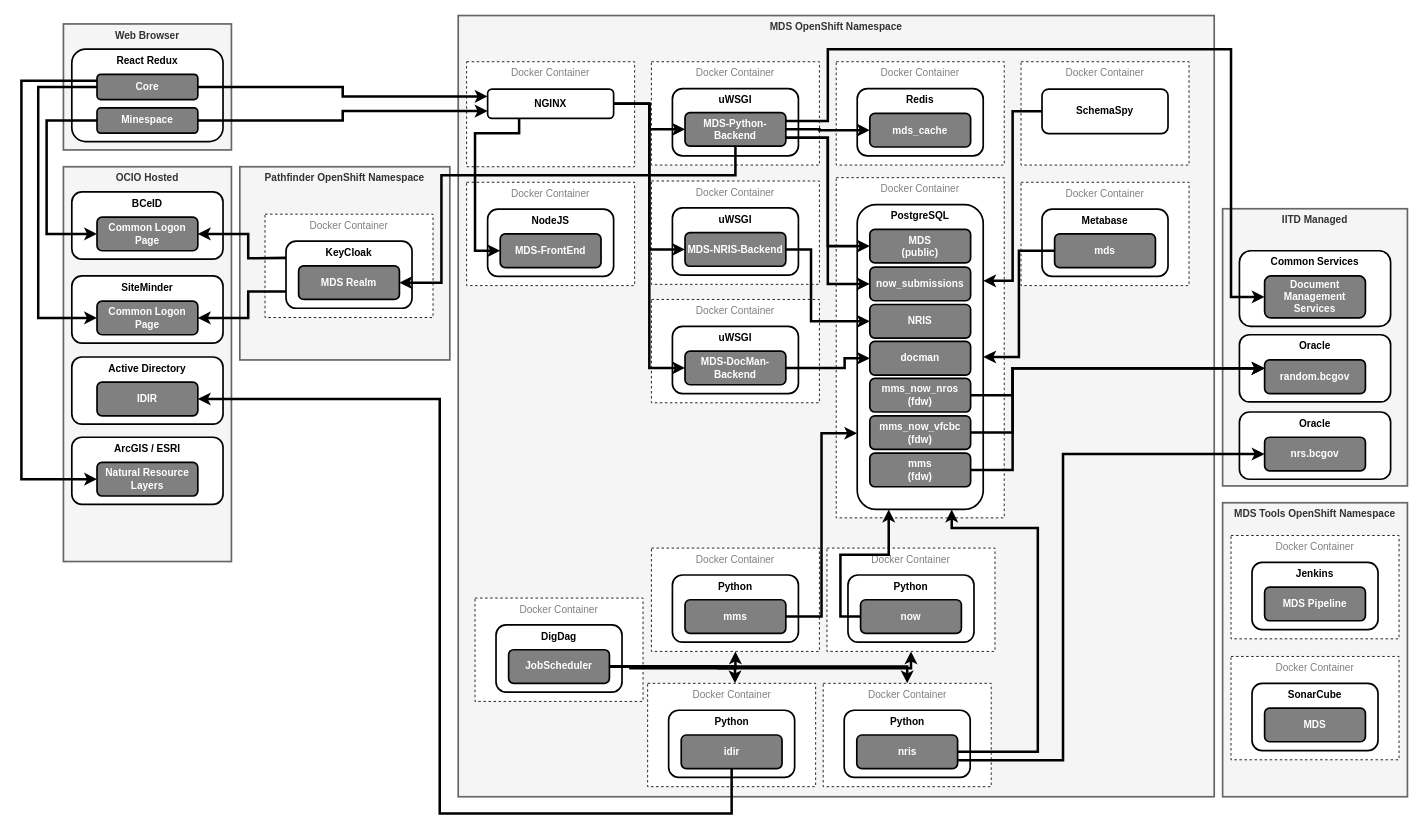
Earlier version of the draw.io diagram page "Architecture Diagram" (1 of 8) of docs/MDS_Arch.drawio (bcgov/mds). Source tidied: cells renumbered, new cells numbered last; positions are measured from the earlier drawing's top-left corner, leaving out a move shared by most shapes. Both pictures are drawn from the tidied source at 84%, with x=0, y=0 at pixel (21, 15).
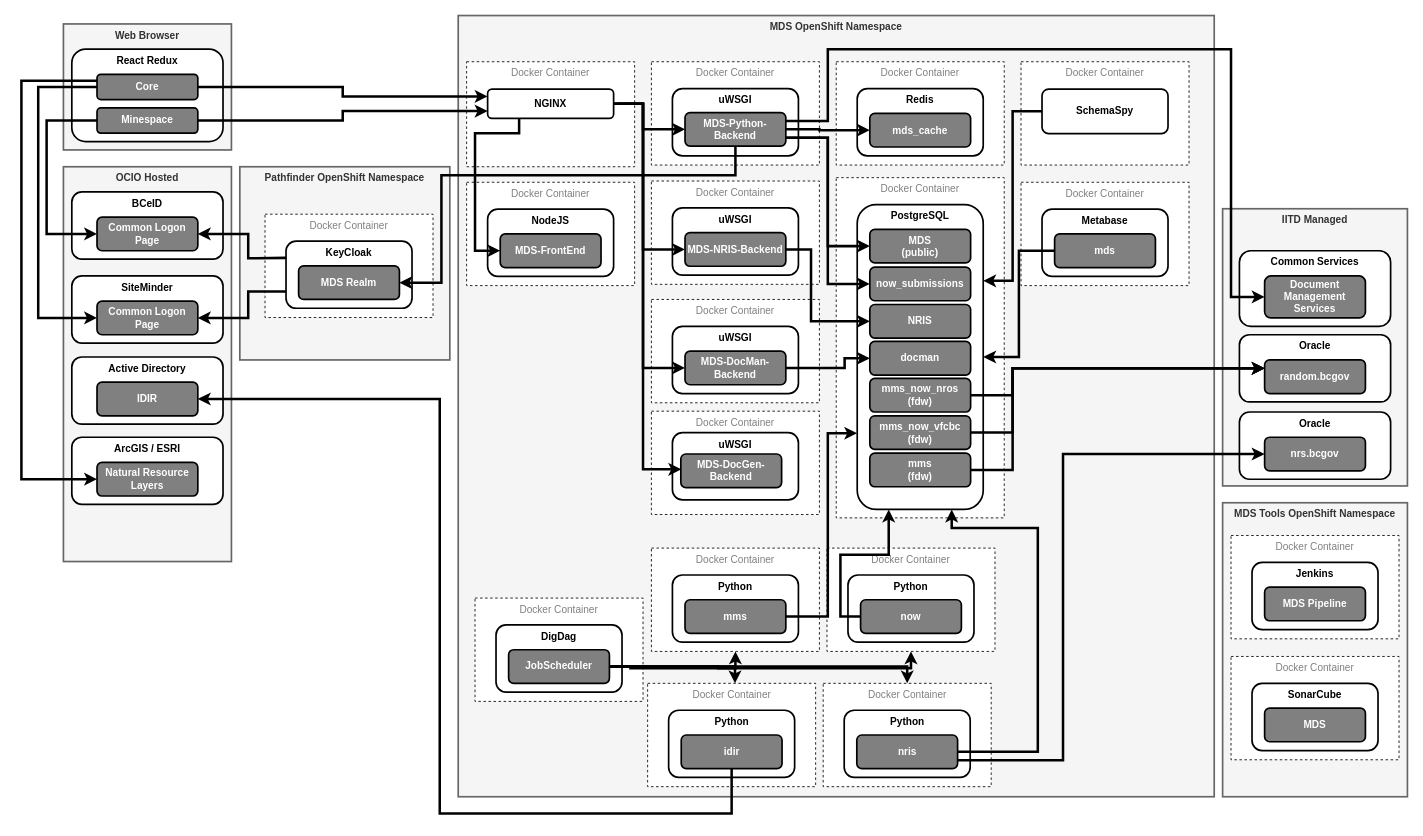
The same page after the edit.

Commit message (it also covers changes not shown here):
Added DocGen component

Unchanged cells that the change refers to:
```xml
<mxCell id="16" value="NGINX" style="rounded=1;whiteSpace=wrap;html=1;strokeWidth=2;verticalAlign=middle;fontStyle=1;" parent="1" vertex="1">
  <mxGeometry x="555" y="87.5" width="150" height="35" as="geometry" />
</mxCell>
<mxCell id="30" value="MDS-Python-Backend" style="rounded=1;whiteSpace=wrap;html=1;strokeWidth=2;fillColor=#808080;fontColor=#FFFFFF;fontStyle=1;" parent="1" vertex="1">
  <mxGeometry x="790" y="115.5" width="120" height="40" as="geometry" />
</mxCell>
<mxCell id="33" value="MDS-DocMan-Backend" style="rounded=1;whiteSpace=wrap;html=1;strokeWidth=2;fillColor=#808080;fontColor=#FFFFFF;fontStyle=1;" parent="1" vertex="1">
  <mxGeometry x="790" y="399.5" width="120" height="40" as="geometry" />
</mxCell>
<mxCell id="36" value="MDS-NRIS-Backend" style="rounded=1;whiteSpace=wrap;html=1;strokeWidth=2;fillColor=#808080;fontColor=#FFFFFF;fontStyle=1;" parent="1" vertex="1">
  <mxGeometry x="790" y="258.5" width="120" height="40" as="geometry" />
</mxCell>
<mxCell id="41" value="PostgreSQL" style="rounded=1;whiteSpace=wrap;html=1;strokeWidth=2;verticalAlign=top;fontStyle=1;" parent="1" vertex="1">
  <mxGeometry x="995" y="225" width="150" height="363" as="geometry" />
</mxCell>
<mxCell id="78" value="mms" style="rounded=1;whiteSpace=wrap;html=1;strokeWidth=2;fillColor=#808080;fontColor=#FFFFFF;fontStyle=1;" parent="1" vertex="1">
  <mxGeometry x="790" y="695.5" width="120" height="40" as="geometry" />
</mxCell>
```

Diff of the diagram source:
```diff
@@
     <mxCell id="37" style="edgeStyle=orthogonalEdgeStyle;rounded=0;jettySize=auto;html=1;startArrow=classic;startFill=1;endArrow=none;endFill=0;fontColor=#FFFFFF;entryX=1;entryY=0.5;entryDx=0;entryDy=0;strokeWidth=3;exitX=0;exitY=0.5;exitDx=0;exitDy=0;" parent="1" edge="1" source="33" target="16">
-      <mxGeometry relative="1" as="geometry" />
+      <mxGeometry relative="1" as="geometry">
+        <Array as="points">
+          <mxPoint x="740" y="420" />
+          <mxPoint x="740" y="105" />
+        </Array>
+      </mxGeometry>
     </mxCell>
     <mxCell id="38" style="edgeStyle=orthogonalEdgeStyle;rounded=0;jettySize=auto;html=1;startArrow=classic;startFill=1;endArrow=none;endFill=0;fontColor=#FFFFFF;entryX=1;entryY=0.5;entryDx=0;entryDy=0;strokeWidth=3;exitX=0;exitY=0.5;exitDx=0;exitDy=0;" parent="1" edge="1" source="36" target="16">
-      <mxGeometry relative="1" as="geometry" />
+      <mxGeometry relative="1" as="geometry">
+        <Array as="points">
+          <mxPoint x="740" y="279" />
+          <mxPoint x="740" y="105" />
+        </Array>
+      </mxGeometry>
     </mxCell>
     <mxCell id="39" style="edgeStyle=orthogonalEdgeStyle;rounded=0;jettySize=auto;html=1;startArrow=classic;startFill=1;endArrow=none;endFill=0;fontColor=#FFFFFF;entryX=1;entryY=0.5;entryDx=0;entryDy=0;strokeWidth=3;exitX=0;exitY=0.5;exitDx=0;exitDy=0;" parent="1" edge="1" source="30" target="16">
-      <mxGeometry relative="1" as="geometry" />
+      <mxGeometry relative="1" as="geometry">
+        <Array as="points">
+          <mxPoint x="740" y="136" />
+          <mxPoint x="740" y="105" />
+        </Array>
+      </mxGeometry>
     </mxCell>
@@
     <mxCell id="91" style="edgeStyle=orthogonalEdgeStyle;rounded=0;jettySize=auto;html=1;startArrow=classic;startFill=1;endArrow=none;endFill=0;fontColor=#FFFFFF;entryX=1;entryY=0.5;entryDx=0;entryDy=0;strokeWidth=3;exitX=0;exitY=0.75;exitDx=0;exitDy=0;" parent="1" edge="1" source="41" target="78">
-      <mxGeometry relative="1" as="geometry" />
+      <mxGeometry relative="1" as="geometry">
+        <Array as="points">
+          <mxPoint x="960" y="497" />
+          <mxPoint x="960" y="716" />
+        </Array>
+      </mxGeometry>
     </mxCell>
@@
+    <mxCell id="112" style="group;" parent="1" vertex="1">
+      <mxGeometry x="750" y="471" width="200" height="123" as="geometry" />
+    </mxCell>
+    <mxCell id="113" value="Docker Container" style="rounded=0;whiteSpace=wrap;html=1;strokeWidth=1;fillColor=#FFFFFF;fontColor=#808080;dashed=1;verticalAlign=top;" parent="112" vertex="1">
+      <mxGeometry width="200" height="123" as="geometry" />
+    </mxCell>
+    <mxCell id="114" value="uWSGI" style="rounded=1;whiteSpace=wrap;html=1;strokeWidth=2;verticalAlign=top;fontStyle=1;" parent="112" vertex="1">
+      <mxGeometry x="25" y="25.5" width="150" height="80" as="geometry" />
+    </mxCell>
+    <mxCell id="115" value="MDS-DocGen-Backend" style="rounded=1;whiteSpace=wrap;html=1;strokeWidth=2;fillColor=#808080;fontColor=#FFFFFF;fontStyle=1;" parent="112" vertex="1">
+      <mxGeometry x="35" y="51" width="120" height="40" as="geometry" />
+    </mxCell>
+    <mxCell id="116" style="edgeStyle=orthogonalEdgeStyle;rounded=0;orthogonalLoop=1;jettySize=auto;html=1;startArrow=classic;startFill=1;endArrow=none;endFill=0;fontColor=#FFFFFF;strokeWidth=3;exitX=0;exitY=0.5;exitDx=0;exitDy=0;" parent="1" edge="1">
+      <mxGeometry relative="1" as="geometry">
+        <mxPoint x="785.5" y="540.2" as="sourcePoint" />
+        <mxPoint x="710" y="105" as="targetPoint" />
+        <Array as="points">
+          <mxPoint x="740" y="540" />
+          <mxPoint x="740" y="105" />
+          <mxPoint x="710" y="105" />
+        </Array>
+      </mxGeometry>
+    </mxCell>
```
